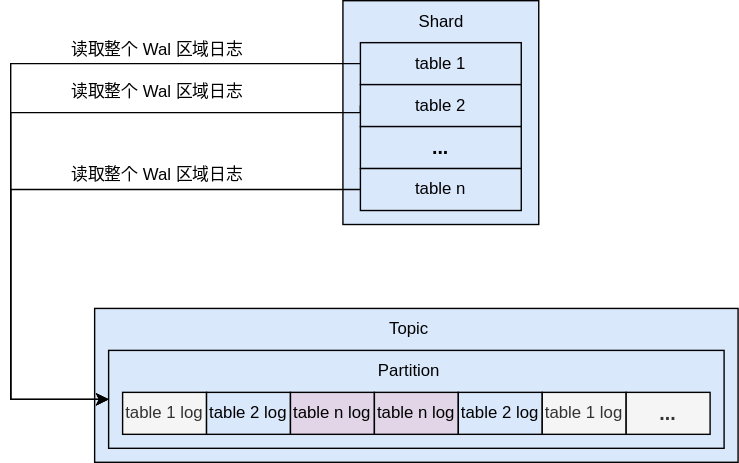
Earlier version of the draw.io export kafkawal.drawio.svg (Rachelint/drawio-store). Source tidied: cells renumbered, new cells last; positions are measured from the earlier drawing's top-left corner, leaving out a move shared by most shapes.
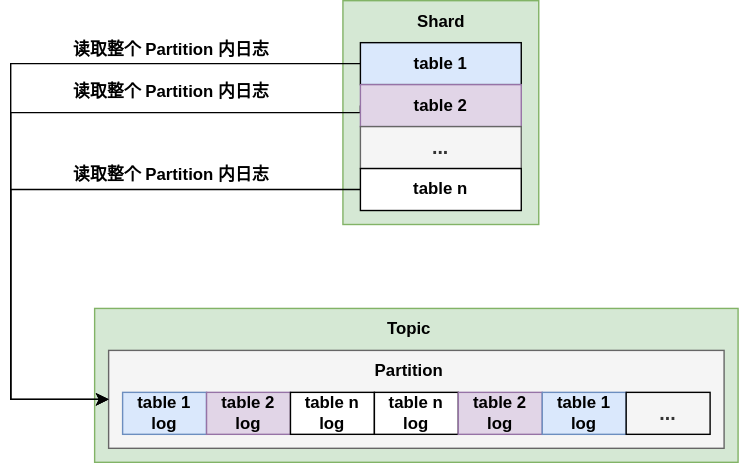
Later version of the same file.

Change to the diagram source:
```diff
@@ -2,52 +2,46 @@
   <root>
     <mxCell id="0" />
     <mxCell id="1" parent="0" />
-    <mxCell id="2" style="rounded=0;whiteSpace=wrap;html=1;fillColor=#dae8fc;strokeColor=#000000;" parent="1" vertex="1">
+    <mxCell id="2" style="rounded=0;whiteSpace=wrap;html=1;fillColor=#d5e8d4;strokeColor=#82b366;fontStyle=1;" parent="1" vertex="1">
       <mxGeometry x="237.5" width="140" height="160" as="geometry" />
     </mxCell>
-    <mxCell id="3" style="rounded=0;whiteSpace=wrap;html=1;fillColor=#dae8fc;strokeColor=#000000;" parent="1" vertex="1">
+    <mxCell id="3" style="rounded=0;whiteSpace=wrap;html=1;fillColor=#d5e8d4;strokeColor=#82b366;fontStyle=1;" parent="1" vertex="1">
       <mxGeometry x="60" y="220" width="460" height="110" as="geometry" />
     </mxCell>
-    <mxCell id="4" style="rounded=0;whiteSpace=wrap;html=1;fillColor=#dae8fc;strokeColor=#000000;" parent="1" vertex="1">
+    <mxCell id="4" style="rounded=0;whiteSpace=wrap;html=1;fillColor=#f5f5f5;strokeColor=#666666;fontColor=#333333;fontStyle=1;" parent="1" vertex="1">
       <mxGeometry x="70" y="250" width="440" height="70" as="geometry" />
     </mxCell>
-    <mxCell id="5" value="table 1 log" style="rounded=0;whiteSpace=wrap;html=1;labelBackgroundColor=none;fillColor=#f5f5f5;strokeColor=#000000;fontColor=#333333;" parent="1" vertex="1">
+    <mxCell id="5" value="table 1 log" style="rounded=0;whiteSpace=wrap;html=1;labelBackgroundColor=none;fillColor=#dae8fc;strokeColor=#6c8ebf;fontStyle=1;" parent="1" vertex="1">
       <mxGeometry x="80" y="280" width="60" height="30" as="geometry" />
     </mxCell>
-    <mxCell id="6" value="table 2 log" style="rounded=0;whiteSpace=wrap;html=1;labelBackgroundColor=none;fillColor=#dae8fc;strokeColor=#000000;" parent="1" vertex="1">
+    <mxCell id="6" value="table 2 log" style="rounded=0;whiteSpace=wrap;html=1;labelBackgroundColor=none;fillColor=#e1d5e7;strokeColor=#9673a6;fontStyle=1;" parent="1" vertex="1">
       <mxGeometry x="140" y="280" width="60" height="30" as="geometry" />
     </mxCell>
-    <mxCell id="7" value="table n log" style="rounded=0;whiteSpace=wrap;html=1;labelBackgroundColor=none;fillColor=#e1d5e7;strokeColor=#000000;" parent="1" vertex="1">
+    <mxCell id="7" value="table n log" style="rounded=0;whiteSpace=wrap;html=1;labelBackgroundColor=none;fontStyle=1;" parent="1" vertex="1">
       <mxGeometry x="200" y="280" width="60" height="30" as="geometry" />
     </mxCell>
-    <mxCell id="8" value="table n log" style="rounded=0;whiteSpace=wrap;html=1;labelBackgroundColor=none;fillColor=#e1d5e7;strokeColor=#000000;" parent="1" vertex="1">
+    <mxCell id="8" value="table n log" style="rounded=0;whiteSpace=wrap;html=1;labelBackgroundColor=none;fontStyle=1;" parent="1" vertex="1">
       <mxGeometry x="260" y="280" width="60" height="30" as="geometry" />
     </mxCell>
-    <mxCell id="9" value="table 2 log" style="rounded=0;whiteSpace=wrap;html=1;labelBackgroundColor=none;fillColor=#dae8fc;strokeColor=#000000;" parent="1" vertex="1">
+    <mxCell id="9" value="table 2 log" style="rounded=0;whiteSpace=wrap;html=1;labelBackgroundColor=none;fillColor=#e1d5e7;strokeColor=#9673a6;fontStyle=1;" parent="1" vertex="1">
       <mxGeometry x="320" y="280" width="60" height="30" as="geometry" />
     </mxCell>
-    <mxCell id="10" value="table 1 log" style="rounded=0;whiteSpace=wrap;html=1;labelBackgroundColor=none;fillColor=#f5f5f5;strokeColor=#000000;fontColor=#333333;" parent="1" vertex="1">
+    <mxCell id="10" value="table 1 log" style="rounded=0;whiteSpace=wrap;html=1;labelBackgroundColor=none;fillColor=#dae8fc;strokeColor=#6c8ebf;fontStyle=1;" parent="1" vertex="1">
       <mxGeometry x="380" y="280" width="60" height="30" as="geometry" />
     </mxCell>
-    <mxCell id="11" value="&lt;b&gt;&lt;font style=&quot;font-size: 14px;&quot;&gt;...&lt;/font&gt;&lt;/b&gt;" style="rounded=0;whiteSpace=wrap;html=1;labelBackgroundColor=none;fillColor=#f5f5f5;strokeColor=#000000;fontColor=#333333;" parent="1" vertex="1">
+    <mxCell id="11" value="&lt;span&gt;&lt;font style=&quot;font-size: 14px;&quot;&gt;...&lt;/font&gt;&lt;/span&gt;" style="rounded=0;whiteSpace=wrap;html=1;labelBackgroundColor=none;fillColor=#f5f5f5;strokeColor=#000000;fontColor=#333333;fontStyle=1;" parent="1" vertex="1">
       <mxGeometry x="440" y="280" width="60" height="30" as="geometry" />
     </mxCell>
-    <mxCell id="12" value="Partition" style="text;html=1;strokeColor=none;fillColor=none;align=center;verticalAlign=middle;whiteSpace=wrap;rounded=0;" parent="1" vertex="1">
+    <mxCell id="12" value="Partition" style="text;html=1;strokeColor=none;fillColor=none;align=center;verticalAlign=middle;whiteSpace=wrap;rounded=0;fontStyle=1;" parent="1" vertex="1">
       <mxGeometry x="255" y="250" width="60" height="30" as="geometry" />
     </mxCell>
-    <mxCell id="13" value="Topic" style="text;html=1;strokeColor=none;fillColor=none;align=center;verticalAlign=middle;whiteSpace=wrap;rounded=0;" parent="1" vertex="1">
+    <mxCell id="13" value="Topic" style="text;html=1;strokeColor=none;fillColor=none;align=center;verticalAlign=middle;whiteSpace=wrap;rounded=0;fontStyle=1;" parent="1" vertex="1">
       <mxGeometry x="255" y="220" width="60" height="30" as="geometry" />
     </mxCell>
-    <mxCell id="14" value="读取整个 Wal 区域日志" style="text;html=1;strokeColor=none;fillColor=none;align=center;verticalAlign=middle;whiteSpace=wrap;rounded=0;" parent="1" vertex="1">
-      <mxGeometry x="40" y="20" width="130" height="30" as="geometry" />
+    <mxCell id="14" value="读取整个 Partition 内日志" style="text;html=1;strokeColor=none;fillColor=none;align=center;verticalAlign=middle;whiteSpace=wrap;rounded=0;fontStyle=1;" parent="1" vertex="1">
+      <mxGeometry x="40" y="20" width="150" height="30" as="geometry" />
     </mxCell>
-    <mxCell id="15" value="读取整个 Wal 区域日志" style="text;html=1;strokeColor=none;fillColor=none;align=center;verticalAlign=middle;whiteSpace=wrap;rounded=0;" parent="1" vertex="1">
-      <mxGeometry x="40" y="50" width="130" height="30" as="geometry" />
-    </mxCell>
-    <mxCell id="16" value="读取整个 Wal 区域日志" style="text;html=1;strokeColor=none;fillColor=none;align=center;verticalAlign=middle;whiteSpace=wrap;rounded=0;" parent="1" vertex="1">
-      <mxGeometry x="40" y="110" width="130" height="30" as="geometry" />
-    </mxCell>
-    <mxCell id="17" style="edgeStyle=orthogonalEdgeStyle;rounded=0;jettySize=auto;html=1;exitX=0;exitY=0.5;exitDx=0;exitDy=0;entryX=0;entryY=0.5;entryDx=0;entryDy=0;" parent="1" edge="1" source="18" target="4">
+    <mxCell id="17" style="edgeStyle=orthogonalEdgeStyle;rounded=0;jettySize=auto;html=1;exitX=0;exitY=0.5;exitDx=0;exitDy=0;entryX=0;entryY=0.5;entryDx=0;entryDy=0;fontStyle=1;" parent="1" edge="1" source="18" target="4">
       <mxGeometry relative="1" as="geometry">
         <Array as="points">
           <mxPoint y="45" />
@@ -55,10 +49,10 @@
         </Array>
       </mxGeometry>
     </mxCell>
-    <mxCell id="18" value="table 1" style="rounded=0;whiteSpace=wrap;html=1;fillColor=#dae8fc;strokeColor=#000000;" parent="1" vertex="1">
+    <mxCell id="18" value="table 1" style="rounded=0;whiteSpace=wrap;html=1;fillColor=#dae8fc;strokeColor=#000000;fontStyle=1;" parent="1" vertex="1">
       <mxGeometry x="250" y="30" width="115" height="30" as="geometry" />
     </mxCell>
-    <mxCell id="19" style="edgeStyle=orthogonalEdgeStyle;rounded=0;jettySize=auto;html=1;exitX=0;exitY=0.5;exitDx=0;exitDy=0;entryX=0;entryY=0.5;entryDx=0;entryDy=0;" parent="1" edge="1" source="20" target="4">
+    <mxCell id="19" style="edgeStyle=orthogonalEdgeStyle;rounded=0;jettySize=auto;html=1;exitX=0;exitY=0.5;exitDx=0;exitDy=0;entryX=0;entryY=0.5;entryDx=0;entryDy=0;fontStyle=1;" parent="1" edge="1" source="20" target="4">
       <mxGeometry relative="1" as="geometry">
         <Array as="points">
           <mxPoint y="80" />
@@ -66,13 +60,13 @@
         </Array>
       </mxGeometry>
     </mxCell>
-    <mxCell id="20" value="table 2" style="rounded=0;whiteSpace=wrap;html=1;fillColor=#dae8fc;strokeColor=#000000;" parent="1" vertex="1">
+    <mxCell id="20" value="table 2" style="rounded=0;whiteSpace=wrap;html=1;fillColor=#e1d5e7;strokeColor=#9673a6;fontStyle=1;" parent="1" vertex="1">
       <mxGeometry x="250" y="60" width="115" height="30" as="geometry" />
     </mxCell>
-    <mxCell id="21" value="&lt;font style=&quot;font-size: 14px;&quot;&gt;&lt;b&gt;...&lt;/b&gt;&lt;/font&gt;" style="rounded=0;whiteSpace=wrap;html=1;fillColor=#dae8fc;strokeColor=#000000;" parent="1" vertex="1">
+    <mxCell id="21" value="&lt;font style=&quot;font-size: 14px;&quot;&gt;&lt;span&gt;...&lt;/span&gt;&lt;/font&gt;" style="rounded=0;whiteSpace=wrap;html=1;fillColor=#f5f5f5;strokeColor=#666666;fontColor=#333333;fontStyle=1;" parent="1" vertex="1">
       <mxGeometry x="250" y="90" width="115" height="30" as="geometry" />
     </mxCell>
-    <mxCell id="22" style="edgeStyle=orthogonalEdgeStyle;rounded=0;jettySize=auto;html=1;exitX=0;exitY=0.5;exitDx=0;exitDy=0;entryX=0;entryY=0.5;entryDx=0;entryDy=0;strokeColor=#000000;" parent="1" edge="1" source="23" target="4">
+    <mxCell id="22" style="edgeStyle=orthogonalEdgeStyle;rounded=0;jettySize=auto;html=1;exitX=0;exitY=0.5;exitDx=0;exitDy=0;entryX=0;entryY=0.5;entryDx=0;entryDy=0;strokeColor=#000000;fontStyle=1;" parent="1" edge="1" source="23" target="4">
       <mxGeometry relative="1" as="geometry">
         <Array as="points">
           <mxPoint y="135" />
@@ -80,11 +74,17 @@
         </Array>
       </mxGeometry>
     </mxCell>
-    <mxCell id="23" value="table n" style="rounded=0;whiteSpace=wrap;html=1;fillColor=#dae8fc;strokeColor=#000000;" parent="1" vertex="1">
+    <mxCell id="23" value="table n" style="rounded=0;whiteSpace=wrap;html=1;fontStyle=1;" parent="1" vertex="1">
       <mxGeometry x="250" y="120" width="115" height="30" as="geometry" />
     </mxCell>
-    <mxCell id="24" value="Shard" style="text;html=1;strokeColor=none;fillColor=none;align=center;verticalAlign=middle;whiteSpace=wrap;rounded=0;" parent="1" vertex="1">
+    <mxCell id="24" value="Shard" style="text;html=1;strokeColor=none;fillColor=none;align=center;verticalAlign=middle;whiteSpace=wrap;rounded=0;fontStyle=1;" parent="1" vertex="1">
       <mxGeometry x="278" width="60" height="30" as="geometry" />
     </mxCell>
+    <mxCell id="25" value="读取整个 Partition 内日志" style="text;html=1;strokeColor=none;fillColor=none;align=center;verticalAlign=middle;whiteSpace=wrap;rounded=0;fontStyle=1;" parent="1" vertex="1">
+      <mxGeometry x="40" y="50" width="150" height="30" as="geometry" />
+    </mxCell>
+    <mxCell id="26" value="读取整个 Partition 内日志" style="text;html=1;strokeColor=none;fillColor=none;align=center;verticalAlign=middle;whiteSpace=wrap;rounded=0;fontStyle=1;" parent="1" vertex="1">
+      <mxGeometry x="40" y="110" width="150" height="30" as="geometry" />
+    </mxCell>
   </root>
 </mxGraphModel>
```
